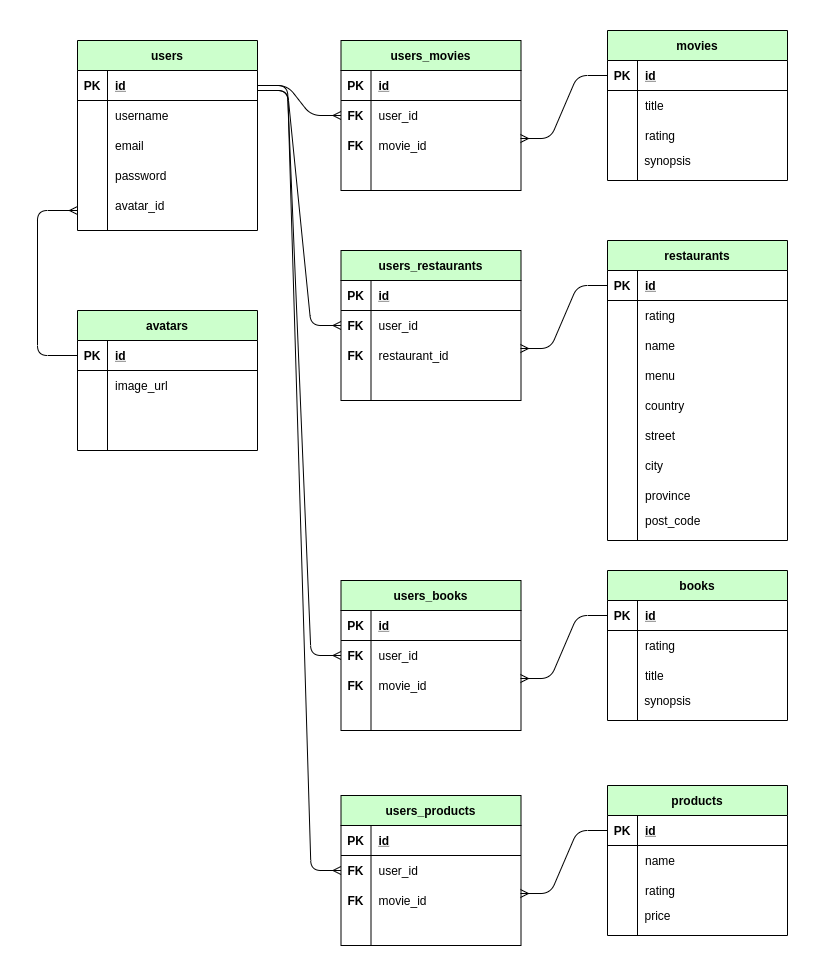
Above: ERD.png in schenn1992/smart_TODO_list (draw.io), before the change. Source tidied: cells renumbered, new cells last; positions are measured from the earlier drawing's top-left corner, leaving out a move shared by most shapes.
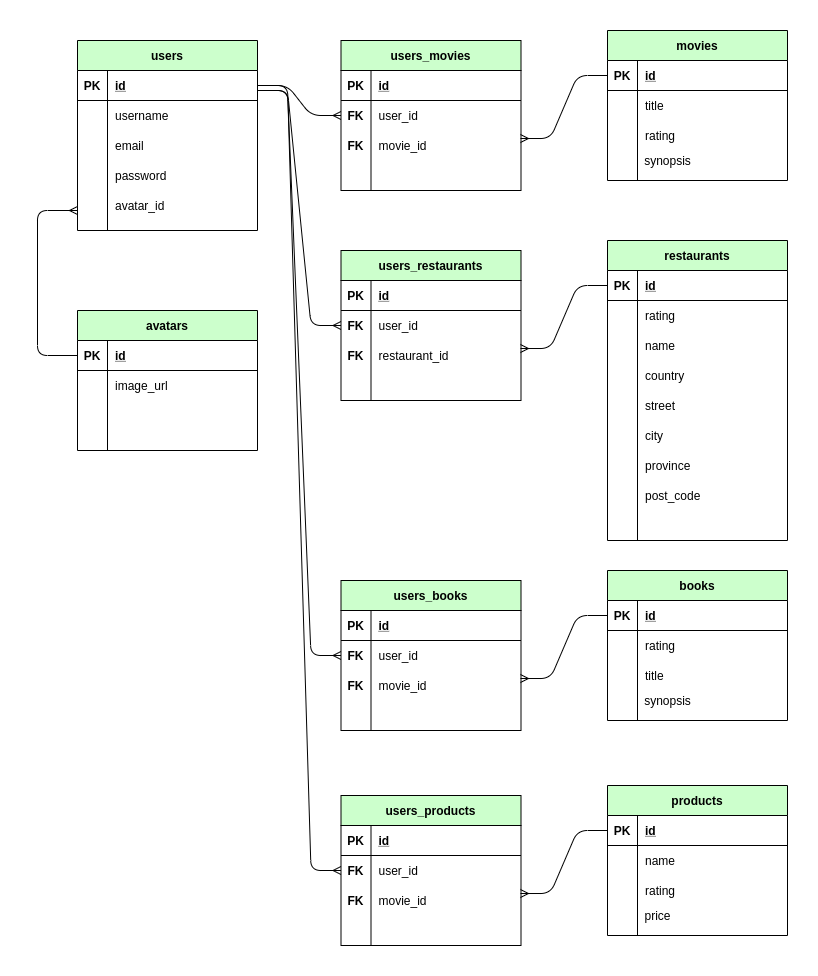
After the commit.

Commit message:
Setup a few test items for each category + adapt schema to available API info out there

Change to the diagram source:
```diff
@@ -164,7 +164,7 @@
     <mxCell id="55" style="shape=partialRectangle;fillColor=none;top=0;left=0;bottom=0;right=0;overflow=hidden;fontStyle=1;" parent="54" vertex="1">
       <mxGeometry width="30" height="30" as="geometry" />
     </mxCell>
-    <mxCell id="56" value="menu" style="shape=partialRectangle;fillColor=none;top=0;left=0;bottom=0;right=0;align=left;spacingLeft=6;overflow=hidden;fontStyle=0;" parent="54" vertex="1">
+    <mxCell id="56" style="shape=partialRectangle;fillColor=none;top=0;left=0;bottom=0;right=0;align=left;spacingLeft=6;overflow=hidden;fontStyle=0;" parent="54" vertex="1">
       <mxGeometry x="30" width="150" height="30" as="geometry" />
     </mxCell>
     <mxCell id="57" value="users_restaurants" style="shape=table;startSize=30;rowLines=0;fontStyle=1;align=center;fillColor=#CCFFCC;" parent="1" vertex="1">
@@ -304,7 +304,7 @@
       </mxGeometry>
     </mxCell>
     <mxCell id="101" value="country" style="shape=partialRectangle;fillColor=none;top=0;left=0;bottom=0;right=0;align=left;spacingLeft=6;overflow=hidden;fontStyle=0;" parent="1" vertex="1">
-      <mxGeometry x="600" y="360" width="150" height="30" as="geometry" />
+      <mxGeometry x="600" y="330" width="150" height="30" as="geometry" />
     </mxCell>
     <mxCell id="102" value="products" style="shape=table;startSize=30;rowLines=0;fontStyle=1;align=center;fillColor=#CCFFCC;" parent="1" vertex="1">
       <mxGeometry x="570" y="755" width="180" height="150" as="geometry" />
@@ -446,16 +446,16 @@
       </mxGeometry>
     </mxCell>
     <mxCell id="146" value="street" style="shape=partialRectangle;fillColor=none;top=0;left=0;bottom=0;right=0;align=left;spacingLeft=6;overflow=hidden;fontStyle=0;" parent="1" vertex="1">
-      <mxGeometry x="600" y="390" width="150" height="30" as="geometry" />
+      <mxGeometry x="600" y="360" width="150" height="30" as="geometry" />
     </mxCell>
     <mxCell id="147" value="city" style="shape=partialRectangle;fillColor=none;top=0;left=0;bottom=0;right=0;align=left;spacingLeft=6;overflow=hidden;fontStyle=0;" parent="1" vertex="1">
-      <mxGeometry x="600" y="420" width="150" height="30" as="geometry" />
+      <mxGeometry x="600" y="390" width="150" height="30" as="geometry" />
     </mxCell>
     <mxCell id="148" value="province" style="shape=partialRectangle;fillColor=none;top=0;left=0;bottom=0;right=0;align=left;spacingLeft=6;overflow=hidden;fontStyle=0;" parent="1" vertex="1">
-      <mxGeometry x="600" y="450" width="150" height="30" as="geometry" />
+      <mxGeometry x="600" y="420" width="150" height="30" as="geometry" />
     </mxCell>
     <mxCell id="149" value="post_code" style="shape=partialRectangle;fillColor=none;top=0;left=0;bottom=0;right=0;align=left;spacingLeft=6;overflow=hidden;fontStyle=0;" parent="1" vertex="1">
-      <mxGeometry x="600" y="475" width="150" height="30" as="geometry" />
+      <mxGeometry x="600" y="450" width="150" height="30" as="geometry" />
     </mxCell>
   </root>
 </mxGraphModel>
```
